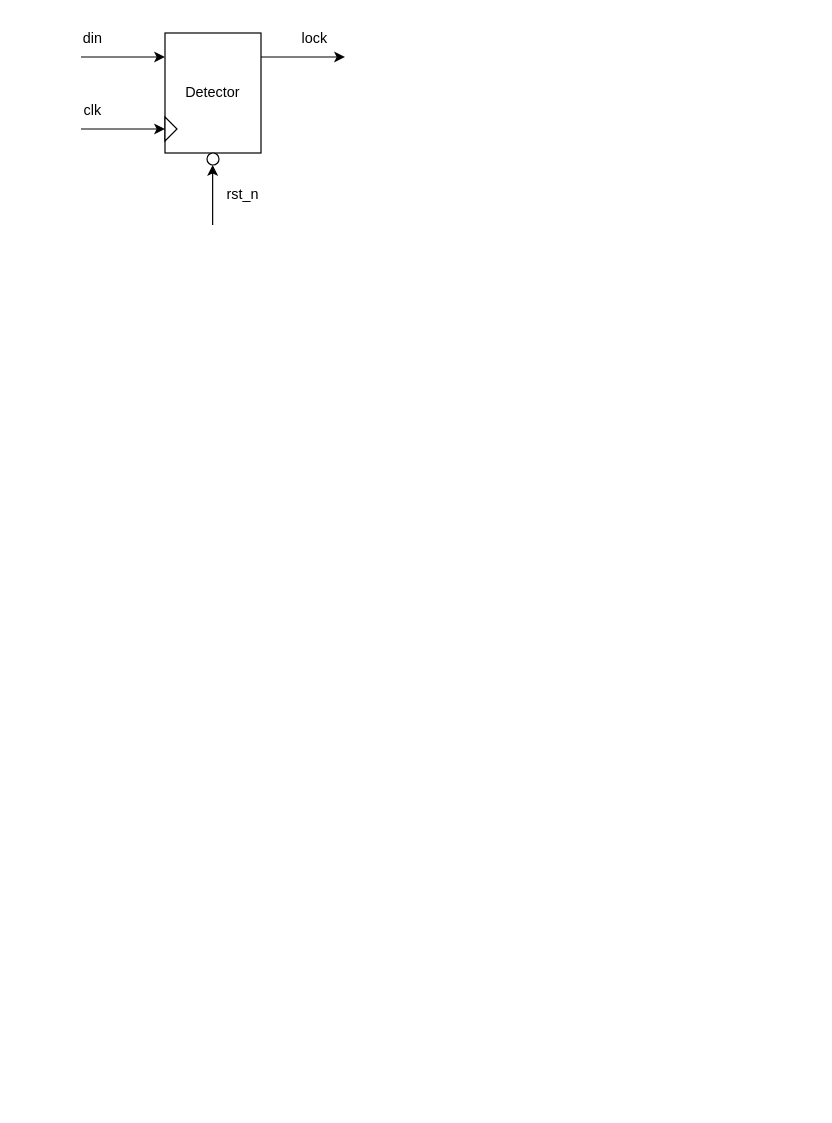
Earlier version of the draw.io diagram Untitled Diagram.drawio (106210049/SystemVerilog-Algorithm-interview). Source tidied: cells renumbered, new cells numbered last; positions are measured from the earlier drawing's top-left corner, leaving out a move shared by most shapes. Both pictures are drawn from the tidied source at 120%, with x=0, y=0 at pixel (56, 20).
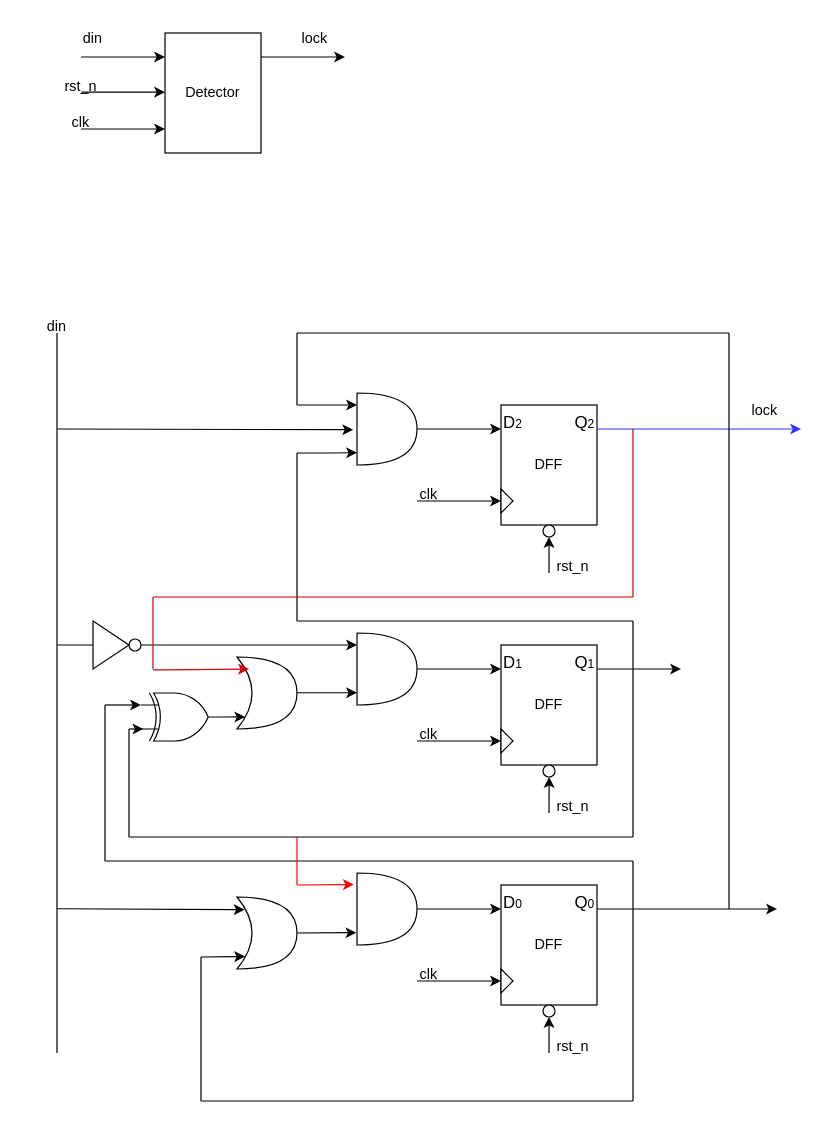
After the change.

The edit, as a diff of the source:
```diff
@@
-    <mxCell id="5" style="ellipse;whiteSpace=wrap;html=1;" parent="1" vertex="1">
-      <mxGeometry x="125" y="110" width="10" height="10" as="geometry" />
-    </mxCell>
     <mxCell id="6" style="endArrow=classic;html=1;rounded=0;" parent="1" edge="1">
       <mxGeometry relative="1" as="geometry">
-        <mxPoint x="129.7" y="170" as="sourcePoint" />
-        <mxPoint x="129.7" y="120" as="targetPoint" />
+        <mxPoint x="20.3" y="59.3" as="sourcePoint" />
+        <mxPoint x="90" y="59.3" as="targetPoint" />
       </mxGeometry>
     </mxCell>
-    <mxCell id="7" style="triangle;whiteSpace=wrap;html=1;" parent="1" vertex="1">
-      <mxGeometry x="90" y="80" width="10" height="20" as="geometry" />
-    </mxCell>
     <mxCell id="8" value="clk" style="text;strokeColor=none;align=center;fillColor=none;html=1;verticalAlign=middle;whiteSpace=wrap;rounded=0;" parent="1" vertex="1">
-      <mxGeometry y="60" width="60" height="30" as="geometry" />
+      <mxGeometry x="-10" y="70" width="60" height="30" as="geometry" />
     </mxCell>
@@
     <mxCell id="10" value="rst_n" style="text;strokeColor=none;align=center;fillColor=none;html=1;verticalAlign=middle;whiteSpace=wrap;rounded=0;" parent="1" vertex="1">
-      <mxGeometry x="125" y="130" width="60" height="30" as="geometry" />
+      <mxGeometry x="-10" y="40" width="60" height="30" as="geometry" />
     </mxCell>
@@
+    <mxCell id="13" value="DFF" style="rounded=0;whiteSpace=wrap;html=1;" parent="1" vertex="1">
+      <mxGeometry x="370" y="320" width="80" height="100" as="geometry" />
+    </mxCell>
+    <mxCell id="14" style="endArrow=classic;html=1;rounded=0;" parent="1" edge="1">
+      <mxGeometry relative="1" as="geometry">
+        <mxPoint x="300" y="400" as="sourcePoint" />
+        <mxPoint x="370" y="400" as="targetPoint" />
+      </mxGeometry>
+    </mxCell>
+    <mxCell id="15" style="triangle;whiteSpace=wrap;html=1;" parent="1" vertex="1">
+      <mxGeometry x="370" y="390" width="10" height="20" as="geometry" />
+    </mxCell>
+    <mxCell id="16" value="DFF" style="rounded=0;whiteSpace=wrap;html=1;" parent="1" vertex="1">
+      <mxGeometry x="370" y="520" width="80" height="100" as="geometry" />
+    </mxCell>
+    <mxCell id="17" style="endArrow=classic;html=1;rounded=0;" parent="1" edge="1">
+      <mxGeometry relative="1" as="geometry">
+        <mxPoint x="300" y="600" as="sourcePoint" />
+        <mxPoint x="370" y="600" as="targetPoint" />
+      </mxGeometry>
+    </mxCell>
+    <mxCell id="18" style="triangle;whiteSpace=wrap;html=1;" parent="1" vertex="1">
+      <mxGeometry x="370" y="590" width="10" height="20" as="geometry" />
+    </mxCell>
+    <mxCell id="19" value="DFF" style="rounded=0;whiteSpace=wrap;html=1;" parent="1" vertex="1">
+      <mxGeometry x="370" y="720" width="80" height="100" as="geometry" />
+    </mxCell>
+    <mxCell id="20" style="endArrow=classic;html=1;rounded=0;" parent="1" edge="1">
+      <mxGeometry relative="1" as="geometry">
+        <mxPoint x="300" y="800" as="sourcePoint" />
+        <mxPoint x="370" y="800" as="targetPoint" />
+      </mxGeometry>
+    </mxCell>
+    <mxCell id="21" style="triangle;whiteSpace=wrap;html=1;" parent="1" vertex="1">
+      <mxGeometry x="370" y="790" width="10" height="20" as="geometry" />
+    </mxCell>
+    <mxCell id="22" style="endArrow=classic;html=1;rounded=0;entryX=1;entryY=1;entryDx=0;entryDy=0;strokeColor=#3333FF;" parent="1" edge="1" target="74">
+      <mxGeometry relative="1" as="geometry">
+        <mxPoint x="450" y="340" as="sourcePoint" />
+      </mxGeometry>
+    </mxCell>
+    <mxCell id="23" style="endArrow=classic;html=1;rounded=0;" parent="1" edge="1">
+      <mxGeometry relative="1" as="geometry">
+        <mxPoint x="450" y="540" as="sourcePoint" />
+        <mxPoint x="520" y="540" as="targetPoint" />
+      </mxGeometry>
+    </mxCell>
+    <mxCell id="24" style="endArrow=classic;html=1;rounded=0;" parent="1" edge="1">
+      <mxGeometry relative="1" as="geometry">
+        <mxPoint x="450" y="740" as="sourcePoint" />
+        <mxPoint x="600" y="740" as="targetPoint" />
+      </mxGeometry>
+    </mxCell>
+    <mxCell id="25" value="&lt;font style=&quot;font-size: 14px;&quot;&gt;D&lt;/font&gt;&lt;font style=&quot;font-size: 10px;&quot;&gt;2&lt;/font&gt;" style="text;strokeColor=none;align=center;fillColor=none;html=1;verticalAlign=middle;whiteSpace=wrap;rounded=0;" parent="1" vertex="1">
+      <mxGeometry x="350" y="320" width="60" height="30" as="geometry" />
+    </mxCell>
+    <mxCell id="26" value="&lt;font style=&quot;font-size: 14px;&quot;&gt;D&lt;/font&gt;&lt;font style=&quot;font-size: 10px;&quot;&gt;1&lt;/font&gt;" style="text;strokeColor=none;align=center;fillColor=none;html=1;verticalAlign=middle;whiteSpace=wrap;rounded=0;" parent="1" vertex="1">
+      <mxGeometry x="350" y="520" width="60" height="30" as="geometry" />
+    </mxCell>
+    <mxCell id="27" value="&lt;font style=&quot;font-size: 14px;&quot;&gt;D&lt;/font&gt;&lt;font style=&quot;font-size: 10px;&quot;&gt;0&lt;/font&gt;" style="text;strokeColor=none;align=center;fillColor=none;html=1;verticalAlign=middle;whiteSpace=wrap;rounded=0;" parent="1" vertex="1">
+      <mxGeometry x="350" y="720" width="60" height="30" as="geometry" />
+    </mxCell>
+    <mxCell id="28" value="&lt;font style=&quot;font-size: 14px;&quot;&gt;Q&lt;/font&gt;&lt;font style=&quot;font-size: 10px;&quot;&gt;1&lt;/font&gt;" style="text;strokeColor=none;align=center;fillColor=none;html=1;verticalAlign=middle;whiteSpace=wrap;rounded=0;" parent="1" vertex="1">
+      <mxGeometry x="410" y="520" width="60" height="30" as="geometry" />
+    </mxCell>
+    <mxCell id="29" value="&lt;font style=&quot;font-size: 14px;&quot;&gt;Q&lt;/font&gt;&lt;font style=&quot;font-size: 10px;&quot;&gt;2&lt;/font&gt;" style="text;strokeColor=none;align=center;fillColor=none;html=1;verticalAlign=middle;whiteSpace=wrap;rounded=0;" parent="1" vertex="1">
+      <mxGeometry x="410" y="320" width="60" height="30" as="geometry" />
+    </mxCell>
+    <mxCell id="30" value="&lt;font style=&quot;font-size: 14px;&quot;&gt;Q&lt;/font&gt;&lt;font style=&quot;font-size: 10px;&quot;&gt;0&lt;/font&gt;" style="text;strokeColor=none;align=center;fillColor=none;html=1;verticalAlign=middle;whiteSpace=wrap;rounded=0;" parent="1" vertex="1">
+      <mxGeometry x="410" y="720" width="60" height="30" as="geometry" />
+    </mxCell>
+    <mxCell id="31" style="ellipse;whiteSpace=wrap;html=1;" parent="1" vertex="1">
+      <mxGeometry x="405" y="420" width="10" height="10" as="geometry" />
+    </mxCell>
+    <mxCell id="32" style="endArrow=classic;html=1;rounded=0;" parent="1" edge="1">
+      <mxGeometry relative="1" as="geometry">
+        <mxPoint x="410" y="460" as="sourcePoint" />
+        <mxPoint x="410" y="430" as="targetPoint" />
+      </mxGeometry>
+    </mxCell>
+    <mxCell id="33" style="ellipse;whiteSpace=wrap;html=1;" parent="1" vertex="1">
+      <mxGeometry x="405" y="620" width="10" height="10" as="geometry" />
+    </mxCell>
+    <mxCell id="34" style="endArrow=classic;html=1;rounded=0;" parent="1" edge="1">
+      <mxGeometry relative="1" as="geometry">
+        <mxPoint x="410" y="660" as="sourcePoint" />
+        <mxPoint x="410.1" y="630" as="targetPoint" />
+      </mxGeometry>
+    </mxCell>
+    <mxCell id="35" style="ellipse;whiteSpace=wrap;html=1;" parent="1" vertex="1">
+      <mxGeometry x="405" y="820" width="10" height="10" as="geometry" />
+    </mxCell>
+    <mxCell id="36" style="endArrow=classic;html=1;rounded=0;" parent="1" edge="1">
+      <mxGeometry relative="1" as="geometry">
+        <mxPoint x="410" y="860" as="sourcePoint" />
+        <mxPoint x="410" y="830" as="targetPoint" />
+      </mxGeometry>
+    </mxCell>
+    <mxCell id="37" value="rst_n" style="text;strokeColor=none;align=center;fillColor=none;html=1;verticalAlign=middle;whiteSpace=wrap;rounded=0;" parent="1" vertex="1">
+      <mxGeometry x="400" y="640" width="60" height="30" as="geometry" />
+    </mxCell>
+    <mxCell id="38" value="rst_n" style="text;strokeColor=none;align=center;fillColor=none;html=1;verticalAlign=middle;whiteSpace=wrap;rounded=0;" parent="1" vertex="1">
+      <mxGeometry x="400" y="840" width="60" height="30" as="geometry" />
+    </mxCell>
+    <mxCell id="39" value="rst_n" style="text;strokeColor=none;align=center;fillColor=none;html=1;verticalAlign=middle;whiteSpace=wrap;rounded=0;" parent="1" vertex="1">
+      <mxGeometry x="400" y="440" width="60" height="30" as="geometry" />
+    </mxCell>
+    <mxCell id="40" value="clk" style="text;strokeColor=none;align=center;fillColor=none;html=1;verticalAlign=middle;whiteSpace=wrap;rounded=0;" parent="1" vertex="1">
+      <mxGeometry x="280" y="380" width="60" height="30" as="geometry" />
+    </mxCell>
+    <mxCell id="41" value="clk" style="text;strokeColor=none;align=center;fillColor=none;html=1;verticalAlign=middle;whiteSpace=wrap;rounded=0;" parent="1" vertex="1">
+      <mxGeometry x="280" y="580" width="60" height="30" as="geometry" />
+    </mxCell>
+    <mxCell id="42" value="clk" style="text;strokeColor=none;align=center;fillColor=none;html=1;verticalAlign=middle;whiteSpace=wrap;rounded=0;" parent="1" vertex="1">
+      <mxGeometry x="280" y="780" width="60" height="30" as="geometry" />
+    </mxCell>
+    <mxCell id="43" style="endArrow=classic;html=1;rounded=0;" parent="1" edge="1">
+      <mxGeometry relative="1" as="geometry">
+        <mxPoint x="300" y="340" as="sourcePoint" />
+        <mxPoint x="370" y="340" as="targetPoint" />
+      </mxGeometry>
+    </mxCell>
+    <mxCell id="44" style="endArrow=classic;html=1;rounded=0;" parent="1" edge="1">
+      <mxGeometry relative="1" as="geometry">
+        <mxPoint x="300" y="540" as="sourcePoint" />
+        <mxPoint x="370" y="540" as="targetPoint" />
+      </mxGeometry>
+    </mxCell>
+    <mxCell id="45" style="endArrow=classic;html=1;rounded=0;" parent="1" edge="1">
+      <mxGeometry relative="1" as="geometry">
+        <mxPoint x="300" y="740" as="sourcePoint" />
+        <mxPoint x="370" y="740" as="targetPoint" />
+      </mxGeometry>
+    </mxCell>
+    <mxCell id="46" style="shape=or;whiteSpace=wrap;html=1;" parent="1" vertex="1">
+      <mxGeometry x="250" y="310" width="50" height="60" as="geometry" />
+    </mxCell>
+    <mxCell id="47" style="endArrow=none;html=1;rounded=0;" parent="1" edge="1">
+      <mxGeometry relative="1" as="geometry">
+        <mxPoint y="860" as="sourcePoint" />
+        <mxPoint y="260" as="targetPoint" />
+      </mxGeometry>
+    </mxCell>
+    <mxCell id="48" value="din" style="text;strokeColor=none;align=center;fillColor=none;html=1;verticalAlign=middle;whiteSpace=wrap;rounded=0;" parent="1" vertex="1">
+      <mxGeometry x="-30" y="240" width="60" height="30" as="geometry" />
+    </mxCell>
+    <mxCell id="49" style="endArrow=classic;html=1;rounded=0;" parent="1" edge="1">
+      <mxGeometry relative="1" as="geometry">
+        <mxPoint x="200" y="320" as="sourcePoint" />
+        <mxPoint x="250" y="320" as="targetPoint" />
+      </mxGeometry>
+    </mxCell>
+    <mxCell id="50" style="endArrow=none;html=1;rounded=0;" parent="1" edge="1">
+      <mxGeometry relative="1" as="geometry">
+        <mxPoint x="480" y="540" as="sourcePoint" />
+        <mxPoint x="480" y="500" as="targetPoint" />
+      </mxGeometry>
+    </mxCell>
+    <mxCell id="51" style="endArrow=none;html=1;rounded=0;" parent="1" edge="1">
+      <mxGeometry relative="1" as="geometry">
+        <mxPoint x="200" y="500" as="sourcePoint" />
+        <mxPoint x="480" y="500" as="targetPoint" />
+      </mxGeometry>
+    </mxCell>
+    <mxCell id="52" style="endArrow=none;html=1;rounded=0;" parent="1" edge="1">
+      <mxGeometry relative="1" as="geometry">
+        <mxPoint x="200" y="500" as="sourcePoint" />
+        <mxPoint x="200" y="360" as="targetPoint" />
+      </mxGeometry>
+    </mxCell>
+    <mxCell id="53" style="endArrow=classic;html=1;rounded=0;entryX=0.044;entryY=0.829;entryDx=0;entryDy=0;entryPerimeter=0;" parent="1" edge="1">
+      <mxGeometry relative="1" as="geometry">
+        <mxPoint x="200" y="360" as="sourcePoint" />
+        <mxPoint x="250" y="359.7" as="targetPoint" />
+        <Array as="points">
+          <mxPoint x="227.8" y="360" />
+        </Array>
+      </mxGeometry>
+    </mxCell>
+    <mxCell id="54" style="endArrow=classic;html=1;rounded=0;entryX=-0.064;entryY=0.51;entryDx=0;entryDy=0;entryPerimeter=0;" parent="1" edge="1" target="46">
+      <mxGeometry relative="1" as="geometry">
+        <mxPoint y="340" as="sourcePoint" />
+      </mxGeometry>
+    </mxCell>
+    <mxCell id="55" style="endArrow=none;html=1;rounded=0;" parent="1" edge="1">
+      <mxGeometry relative="1" as="geometry">
+        <mxPoint x="200" y="320" as="sourcePoint" />
+        <mxPoint x="200" y="260" as="targetPoint" />
+      </mxGeometry>
+    </mxCell>
+    <mxCell id="56" style="verticalLabelPosition=bottom;shadow=0;dashed=0;align=center;html=1;verticalAlign=top;shape=mxgraph.electrical.logic_gates.logic_gate;operation=xor;" parent="1" vertex="1">
+      <mxGeometry x="70" y="560" width="70" height="40" as="geometry" />
+    </mxCell>
+    <mxCell id="57" style="shape=xor;whiteSpace=wrap;html=1;" parent="1" vertex="1">
+      <mxGeometry x="150" y="530" width="50" height="60" as="geometry" />
+    </mxCell>
+    <mxCell id="58" style="shape=or;whiteSpace=wrap;html=1;" parent="1" vertex="1">
+      <mxGeometry x="250" y="510" width="50" height="60" as="geometry" />
+    </mxCell>
+    <mxCell id="59" style="endArrow=classic;html=1;rounded=0;exitX=1;exitY=0.5;exitDx=0;exitDy=0;" parent="1" edge="1" source="86">
+      <mxGeometry relative="1" as="geometry">
+        <mxPoint x="250" y="520" as="targetPoint" />
+      </mxGeometry>
+    </mxCell>
+    <mxCell id="60" style="endArrow=classic;html=1;rounded=0;" parent="1" edge="1">
+      <mxGeometry relative="1" as="geometry">
+        <mxPoint x="200" y="559.8" as="sourcePoint" />
+        <mxPoint x="250" y="559.8" as="targetPoint" />
+      </mxGeometry>
+    </mxCell>
+    <mxCell id="61" style="endArrow=none;html=1;rounded=0;strokeColor=#CC0000;" parent="1" edge="1">
+      <mxGeometry relative="1" as="geometry">
+        <mxPoint x="480" y="480" as="sourcePoint" />
+        <mxPoint x="480" y="340" as="targetPoint" />
+      </mxGeometry>
+    </mxCell>
+    <mxCell id="62" style="endArrow=none;html=1;rounded=0;strokeColor=#CC0000;" parent="1" edge="1">
+      <mxGeometry relative="1" as="geometry">
+        <mxPoint x="80" y="480" as="sourcePoint" />
+        <mxPoint x="480" y="480" as="targetPoint" />
+      </mxGeometry>
+    </mxCell>
+    <mxCell id="63" style="endArrow=none;html=1;rounded=0;strokeColor=#CC0000;" parent="1" edge="1">
+      <mxGeometry relative="1" as="geometry">
+        <mxPoint x="80" y="540" as="sourcePoint" />
+        <mxPoint x="80" y="480" as="targetPoint" />
+      </mxGeometry>
+    </mxCell>
+    <mxCell id="64" style="endArrow=classic;html=1;rounded=0;entryX=0.2;entryY=0.167;entryDx=0;entryDy=0;entryPerimeter=0;fillColor=#006633;strokeColor=#CC0000;" parent="1" edge="1" target="57">
+      <mxGeometry relative="1" as="geometry">
+        <mxPoint x="80" y="540.7" as="sourcePoint" />
+        <Array as="points">
+          <mxPoint x="90" y="540.7" />
+        </Array>
+      </mxGeometry>
+    </mxCell>
+    <mxCell id="65" style="endArrow=classic;html=1;rounded=0;entryX=0.137;entryY=0.832;entryDx=0;entryDy=0;entryPerimeter=0;" parent="1" edge="1" target="57">
+      <mxGeometry relative="1" as="geometry">
+        <mxPoint x="140" y="580" as="sourcePoint" />
+      </mxGeometry>
+    </mxCell>
+    <mxCell id="66" style="endArrow=none;html=1;rounded=0;" parent="1" edge="1">
+      <mxGeometry relative="1" as="geometry">
+        <mxPoint x="480" y="740" as="sourcePoint" />
+        <mxPoint x="480" y="700" as="targetPoint" />
+      </mxGeometry>
+    </mxCell>
+    <mxCell id="67" style="endArrow=none;html=1;rounded=0;" parent="1" edge="1">
+      <mxGeometry relative="1" as="geometry">
+        <mxPoint x="480" y="700" as="sourcePoint" />
+        <mxPoint x="40" y="700" as="targetPoint" />
+      </mxGeometry>
+    </mxCell>
+    <mxCell id="68" style="endArrow=none;html=1;rounded=0;" parent="1" edge="1">
+      <mxGeometry relative="1" as="geometry">
+        <mxPoint x="480" y="680" as="sourcePoint" />
+        <mxPoint x="480" y="540" as="targetPoint" />
+      </mxGeometry>
+    </mxCell>
+    <mxCell id="69" style="endArrow=none;html=1;rounded=0;" parent="1" edge="1">
+      <mxGeometry relative="1" as="geometry">
+        <mxPoint x="60" y="680" as="sourcePoint" />
+        <mxPoint x="480" y="680" as="targetPoint" />
+      </mxGeometry>
+    </mxCell>
+    <mxCell id="70" style="endArrow=none;html=1;rounded=0;" parent="1" edge="1">
+      <mxGeometry relative="1" as="geometry">
+        <mxPoint x="60" y="680" as="sourcePoint" />
+        <mxPoint x="60" y="590" as="targetPoint" />
+      </mxGeometry>
+    </mxCell>
+    <mxCell id="71" style="endArrow=classic;html=1;rounded=0;" parent="1" edge="1">
+      <mxGeometry relative="1" as="geometry">
+        <mxPoint x="60" y="590" as="sourcePoint" />
+        <mxPoint x="72" y="590" as="targetPoint" />
+      </mxGeometry>
+    </mxCell>
+    <mxCell id="72" style="endArrow=none;html=1;rounded=0;" parent="1" edge="1">
+      <mxGeometry relative="1" as="geometry">
+        <mxPoint x="40" y="700" as="sourcePoint" />
+        <mxPoint x="40" y="570" as="targetPoint" />
+      </mxGeometry>
+    </mxCell>
+    <mxCell id="73" style="endArrow=classic;html=1;rounded=0;entryX=0;entryY=0.25;entryDx=0;entryDy=0;entryPerimeter=0;" parent="1" edge="1" target="56">
+      <mxGeometry relative="1" as="geometry">
+        <mxPoint x="40" y="570" as="sourcePoint" />
+      </mxGeometry>
+    </mxCell>
+    <mxCell id="74" value="lock" style="text;strokeColor=none;align=center;fillColor=none;html=1;verticalAlign=middle;whiteSpace=wrap;rounded=0;" parent="1" vertex="1">
+      <mxGeometry x="560" y="310" width="60" height="30" as="geometry" />
+    </mxCell>
+    <mxCell id="75" style="shape=xor;whiteSpace=wrap;html=1;" parent="1" vertex="1">
+      <mxGeometry x="150" y="730" width="50" height="60" as="geometry" />
+    </mxCell>
+    <mxCell id="76" style="shape=or;whiteSpace=wrap;html=1;" parent="1" vertex="1">
+      <mxGeometry x="250" y="710" width="50" height="60" as="geometry" />
+    </mxCell>
+    <mxCell id="77" style="endArrow=none;html=1;rounded=0;" parent="1" edge="1">
+      <mxGeometry relative="1" as="geometry">
+        <mxPoint x="480" y="900" as="sourcePoint" />
+        <mxPoint x="480" y="740" as="targetPoint" />
+      </mxGeometry>
+    </mxCell>
+    <mxCell id="78" style="endArrow=classic;html=1;rounded=0;entryX=-0.011;entryY=0.829;entryDx=0;entryDy=0;entryPerimeter=0;" parent="1" edge="1" target="76">
+      <mxGeometry relative="1" as="geometry">
+        <mxPoint x="200" y="760" as="sourcePoint" />
+      </mxGeometry>
+    </mxCell>
+    <mxCell id="79" style="endArrow=none;html=1;rounded=0;" parent="1" edge="1">
+      <mxGeometry relative="1" as="geometry">
+        <mxPoint x="120" y="900" as="sourcePoint" />
+        <mxPoint x="480" y="900" as="targetPoint" />
+      </mxGeometry>
+    </mxCell>
+    <mxCell id="80" style="endArrow=none;html=1;rounded=0;" parent="1" edge="1">
+      <mxGeometry relative="1" as="geometry">
+        <mxPoint x="120" y="900" as="sourcePoint" />
+        <mxPoint x="120" y="780" as="targetPoint" />
+      </mxGeometry>
+    </mxCell>
+    <mxCell id="81" style="endArrow=classic;html=1;rounded=0;entryX=0.136;entryY=0.827;entryDx=0;entryDy=0;entryPerimeter=0;" parent="1" edge="1" target="75">
+      <mxGeometry relative="1" as="geometry">
+        <mxPoint x="120" y="780" as="sourcePoint" />
+      </mxGeometry>
+    </mxCell>
+    <mxCell id="82" style="endArrow=classic;html=1;rounded=0;entryX=0.127;entryY=0.176;entryDx=0;entryDy=0;entryPerimeter=0;" parent="1" edge="1" target="75">
+      <mxGeometry relative="1" as="geometry">
+        <mxPoint y="739.8" as="sourcePoint" />
+      </mxGeometry>
+    </mxCell>
+    <mxCell id="83" style="endArrow=none;html=1;rounded=0;strokeColor=#FF0000;" parent="1" edge="1">
+      <mxGeometry relative="1" as="geometry">
+        <mxPoint x="200" y="720" as="sourcePoint" />
+        <mxPoint x="200" y="680" as="targetPoint" />
+      </mxGeometry>
+    </mxCell>
+    <mxCell id="84" style="endArrow=classic;html=1;rounded=0;entryX=-0.054;entryY=0.16;entryDx=0;entryDy=0;entryPerimeter=0;strokeColor=#FF0000;" parent="1" edge="1" target="76">
+      <mxGeometry relative="1" as="geometry">
+        <mxPoint x="200" y="720" as="sourcePoint" />
+      </mxGeometry>
+    </mxCell>
+    <mxCell id="85" style="triangle;whiteSpace=wrap;html=1;" parent="1" vertex="1">
+      <mxGeometry x="30" y="500" width="30" height="40" as="geometry" />
+    </mxCell>
+    <mxCell id="86" style="ellipse;whiteSpace=wrap;html=1;" parent="1" vertex="1">
+      <mxGeometry x="60" y="515" width="10" height="10" as="geometry" />
+    </mxCell>
+    <mxCell id="87" style="endArrow=none;html=1;rounded=0;" parent="1" edge="1">
+      <mxGeometry relative="1" as="geometry">
+        <mxPoint y="520" as="sourcePoint" />
+        <mxPoint x="30" y="520" as="targetPoint" />
+      </mxGeometry>
+    </mxCell>
+    <mxCell id="88" style="endArrow=none;html=1;rounded=0;" parent="1" edge="1">
+      <mxGeometry relative="1" as="geometry">
+        <mxPoint x="560" y="740" as="sourcePoint" />
+        <mxPoint x="560" y="260" as="targetPoint" />
+      </mxGeometry>
+    </mxCell>
+    <mxCell id="89" style="endArrow=none;html=1;rounded=0;" parent="1" edge="1">
+      <mxGeometry relative="1" as="geometry">
+        <mxPoint x="200" y="260" as="sourcePoint" />
+        <mxPoint x="560" y="260" as="targetPoint" />
+      </mxGeometry>
+    </mxCell>
```
